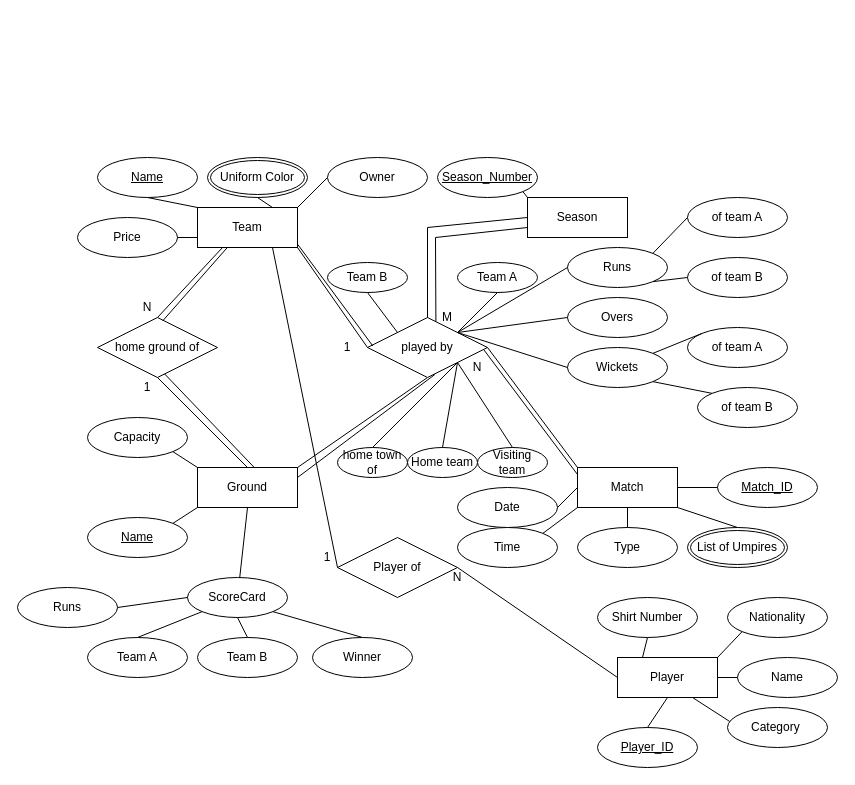
This is Lab2.drawio from MuhammadIrfan92/Database-Engineering-Semester-7, a draw.io file, before an edit. Source tidied: cells renumbered, new cells numbered last; positions are measured from the earlier drawing's top-left corner, leaving out a move shared by most shapes. Both pictures are drawn from the tidied source at 100%, with x=0, y=0 at pixel (17, 157).
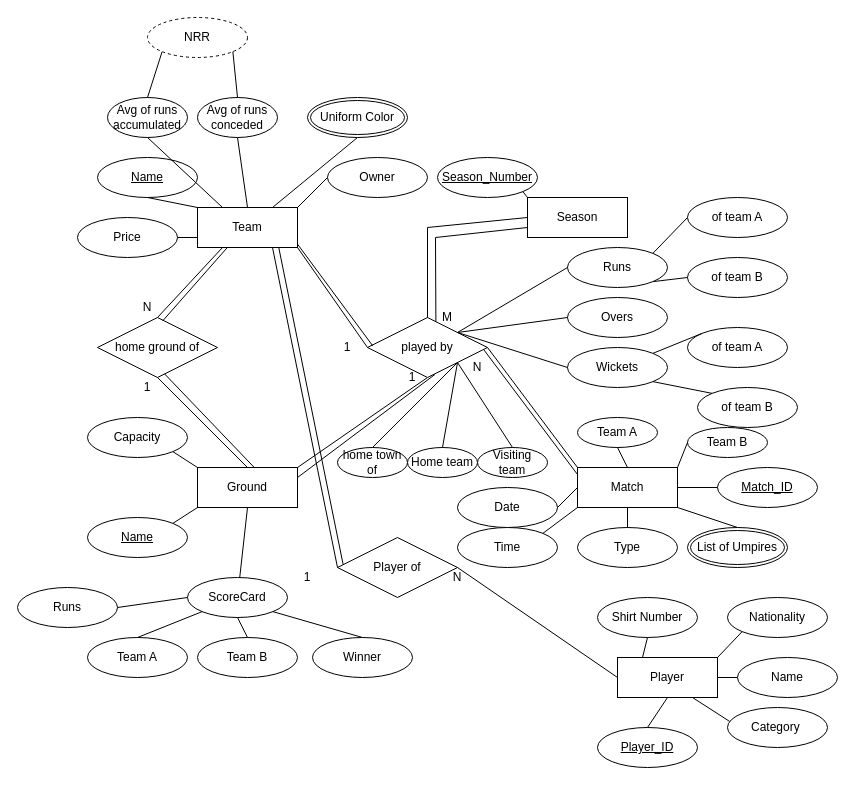
The same diagram, later.

The change refers to these unchanged cells:
```xml
<mxCell id="2" value="Team" style="whiteSpace=wrap;html=1;align=center;" parent="1" vertex="1">
  <mxGeometry x="180" y="50" width="100" height="40" as="geometry" />
</mxCell>
<mxCell id="17" value="Match" style="whiteSpace=wrap;html=1;align=center;" parent="1" vertex="1">
  <mxGeometry x="560" y="310" width="100" height="40" as="geometry" />
</mxCell>
<mxCell id="58" value="Player of" style="shape=rhombus;perimeter=rhombusPerimeter;whiteSpace=wrap;html=1;align=center;" parent="1" vertex="1">
  <mxGeometry x="320" y="380" width="120" height="60" as="geometry" />
</mxCell>
<mxCell id="66" value="played by" style="shape=rhombus;perimeter=rhombusPerimeter;whiteSpace=wrap;html=1;align=center;" parent="1" vertex="1">
  <mxGeometry x="350" y="160" width="120" height="60" as="geometry" />
</mxCell>
```

What changed in the source:
```diff
@@
     <mxCell id="4" value="Uniform Color" style="ellipse;shape=doubleEllipse;margin=3;whiteSpace=wrap;html=1;align=center;" parent="1" vertex="1">
-      <mxGeometry x="190" width="100" height="40" as="geometry" />
+      <mxGeometry x="290" y="-60" width="100" height="40" as="geometry" />
     </mxCell>
@@
     <mxCell id="61" value="Team A" style="ellipse;whiteSpace=wrap;html=1;align=center;" parent="1" vertex="1">
-      <mxGeometry x="440" y="105" width="80" height="30" as="geometry" />
+      <mxGeometry x="560" y="260" width="80" height="30" as="geometry" />
     </mxCell>
     <mxCell id="62" value="Team B" style="ellipse;whiteSpace=wrap;html=1;align=center;" parent="1" vertex="1">
-      <mxGeometry x="310" y="105" width="80" height="30" as="geometry" />
+      <mxGeometry x="670" y="270" width="80" height="30" as="geometry" />
     </mxCell>
@@
-    <mxCell id="69" style="endArrow=none;html=1;rounded=0;exitX=0.5;exitY=1;exitDx=0;exitDy=0;entryX=0;entryY=0;entryDx=0;entryDy=0;" parent="1" edge="1" source="62" target="66">
-      <mxGeometry relative="1" as="geometry" />
-    </mxCell>
-    <mxCell id="70" style="endArrow=none;html=1;rounded=0;exitX=0.5;exitY=1;exitDx=0;exitDy=0;entryX=1;entryY=0;entryDx=0;entryDy=0;" parent="1" edge="1" source="61" target="66">
-      <mxGeometry relative="1" as="geometry" />
-    </mxCell>
@@
     <mxCell id="81" value="1" style="text;html=1;strokeColor=none;fillColor=none;align=center;verticalAlign=middle;whiteSpace=wrap;rounded=0;" parent="1" vertex="1">
-      <mxGeometry x="290" y="390" width="40" height="20" as="geometry" />
+      <mxGeometry x="270" y="410" width="40" height="20" as="geometry" />
     </mxCell>
@@
+    <mxCell id="100" value="1" style="text;html=1;strokeColor=none;fillColor=none;align=center;verticalAlign=middle;whiteSpace=wrap;rounded=0;" parent="1" vertex="1">
+      <mxGeometry x="375" y="210" width="40" height="20" as="geometry" />
+    </mxCell>
+    <mxCell id="101" value="Avg of runs accumulated" style="ellipse;whiteSpace=wrap;html=1;align=center;" parent="1" vertex="1">
+      <mxGeometry x="90" y="-60" width="80" height="40" as="geometry" />
+    </mxCell>
+    <mxCell id="102" value="Avg of runs conceded" style="ellipse;whiteSpace=wrap;html=1;align=center;" parent="1" vertex="1">
+      <mxGeometry x="180" y="-60" width="80" height="40" as="geometry" />
+    </mxCell>
+    <mxCell id="103" style="endArrow=none;html=1;rounded=0;exitX=0.5;exitY=1;exitDx=0;exitDy=0;entryX=0.25;entryY=0;entryDx=0;entryDy=0;" parent="1" edge="1" source="101" target="2">
+      <mxGeometry relative="1" as="geometry" />
+    </mxCell>
+    <mxCell id="104" style="endArrow=none;html=1;rounded=0;exitX=0.5;exitY=1;exitDx=0;exitDy=0;entryX=0.5;entryY=0;entryDx=0;entryDy=0;" parent="1" edge="1" source="102" target="2">
+      <mxGeometry relative="1" as="geometry" />
+    </mxCell>
+    <mxCell id="105" style="endArrow=none;html=1;rounded=0;entryX=0.5;entryY=1;entryDx=0;entryDy=0;exitX=0.5;exitY=0;exitDx=0;exitDy=0;" parent="1" edge="1" source="17" target="61">
+      <mxGeometry relative="1" as="geometry" />
+    </mxCell>
+    <mxCell id="106" style="endArrow=none;html=1;rounded=0;entryX=0;entryY=0.5;entryDx=0;entryDy=0;exitX=1;exitY=0;exitDx=0;exitDy=0;" parent="1" edge="1" source="17" target="62">
+      <mxGeometry relative="1" as="geometry" />
+    </mxCell>
+    <mxCell id="107" style="endArrow=none;html=1;rounded=0;exitX=0.813;exitY=1.006;exitDx=0;exitDy=0;exitPerimeter=0;entryX=0.047;entryY=0.45;entryDx=0;entryDy=0;entryPerimeter=0;" parent="1" edge="1" source="2" target="58">
+      <mxGeometry relative="1" as="geometry" />
+    </mxCell>
+    <mxCell id="108" value="NRR" style="ellipse;whiteSpace=wrap;html=1;align=center;dashed=1;" parent="1" vertex="1">
+      <mxGeometry x="130" y="-140" width="100" height="40" as="geometry" />
+    </mxCell>
+    <mxCell id="109" style="endArrow=none;html=1;rounded=0;exitX=0;exitY=1;exitDx=0;exitDy=0;entryX=0.5;entryY=0;entryDx=0;entryDy=0;" parent="1" edge="1" source="108" target="101">
+      <mxGeometry relative="1" as="geometry" />
+    </mxCell>
+    <mxCell id="110" style="endArrow=none;html=1;rounded=0;exitX=1;exitY=1;exitDx=0;exitDy=0;entryX=0.5;entryY=0;entryDx=0;entryDy=0;" parent="1" edge="1" source="108" target="102">
+      <mxGeometry relative="1" as="geometry" />
+    </mxCell>
```
